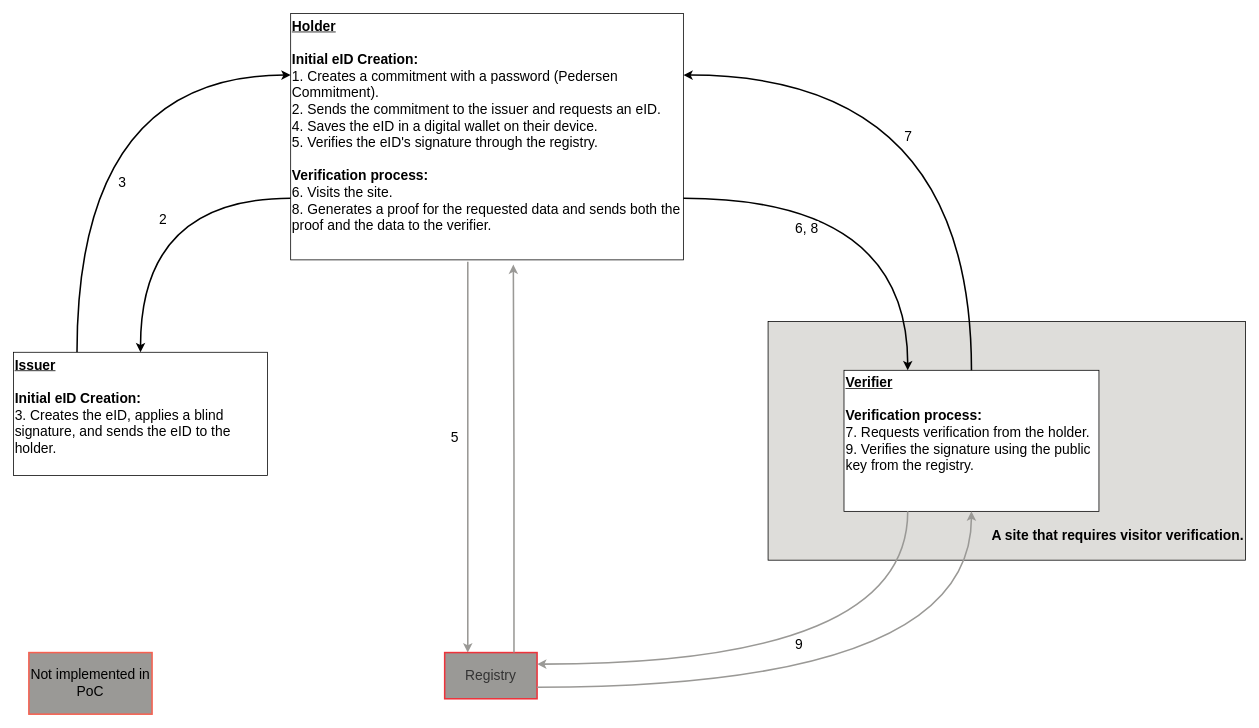
Above: BBS_Diagram.drawio in devobern/eid-rust-poc (draw.io), before the change. Source tidied: cells renumbered, new cells numbered last; positions are measured from the earlier drawing's top-left corner, leaving out a move shared by most shapes. Both pictures are drawn from the tidied source at 77%, with x=0, y=0 at pixel (13, 13).
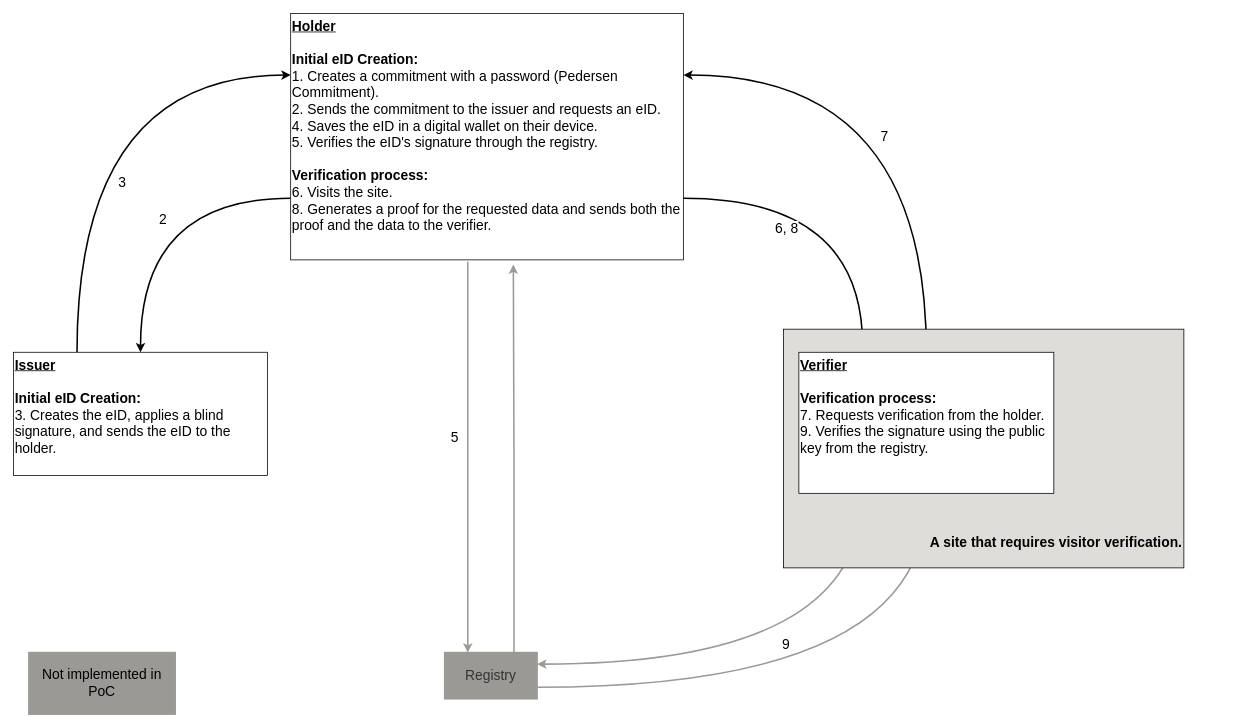
Above is the later version.

What changed in the source:
```diff
@@
 <mxGraphModel>
   <root>
     <mxCell id="0" />
     <mxCell id="1" parent="0" />
     <mxCell id="2" value="2" style="edgeStyle=orthogonalEdgeStyle;rounded=0;jettySize=auto;html=1;exitX=0;exitY=0.75;exitDx=0;exitDy=0;entryX=0.5;entryY=0;entryDx=0;entryDy=0;curved=1;fontSize=18;strokeWidth=2;" parent="1" edge="1" source="4" target="6">
       <mxGeometry x="-0.16" y="28" relative="1" as="geometry" />
     </mxCell>
-    <mxCell id="3" value="5" style="edgeStyle=orthogonalEdgeStyle;rounded=0;jettySize=auto;html=1;exitX=0.451;exitY=1.008;exitDx=0;exitDy=0;entryX=0.25;entryY=0;entryDx=0;entryDy=0;fillColor=#f5f5f5;strokeColor=#9a9996;fontSize=18;strokeWidth=2;exitPerimeter=0;" parent="1" edge="1" source="4" target="7">
+    <mxCell id="3" value="5" style="edgeStyle=orthogonalEdgeStyle;rounded=0;jettySize=auto;html=1;exitX=0.451;exitY=1.008;exitDx=0;exitDy=0;entryX=0.25;entryY=0;entryDx=0;entryDy=0;fillColor=#f8cecc;strokeColor=#9a9996;fontSize=18;strokeWidth=2;exitPerimeter=0;" parent="1" edge="1" source="4" target="7">
       <mxGeometry x="-0.1" y="-17" relative="1" as="geometry" />
     </mxCell>
     <mxCell id="4" value="&lt;div style=&quot;font-size: 18px;&quot;&gt;&lt;b style=&quot;font-size: 18px;&quot;&gt;&lt;font style=&quot;font-size: 18px;&quot;&gt;&lt;u style=&quot;font-size: 18px;&quot;&gt;Holder&lt;/u&gt;&lt;/font&gt;&lt;/b&gt;&lt;/div&gt;&lt;div style=&quot;font-size: 18px;&quot;&gt;&lt;br style=&quot;font-size: 18px;&quot;&gt;&lt;/div&gt;&lt;div style=&quot;font-size: 18px;&quot;&gt;&lt;b style=&quot;font-size: 18px;&quot;&gt;Initial eID Creation:&lt;/b&gt;&lt;br style=&quot;font-size: 18px;&quot;&gt;&lt;/div&gt;&lt;div style=&quot;font-size: 18px;&quot;&gt;1. Creates a commitment with a password (Pedersen Commitment).&lt;/div&gt;&lt;div style=&quot;font-size: 18px;&quot;&gt;2. Sends the commitment to the issuer and requests an eID.&lt;/div&gt;&lt;div style=&quot;font-size: 18px;&quot;&gt;4. Saves the eID in a digital wallet on their device.&lt;/div&gt;&lt;div style=&quot;font-size: 18px;&quot;&gt;5. Verifies the eID's signature through the registry.&lt;/div&gt;&lt;div style=&quot;font-size: 18px;&quot;&gt;&lt;br style=&quot;font-size: 18px;&quot;&gt;&lt;/div&gt;&lt;div style=&quot;font-size: 18px;&quot;&gt;&lt;b style=&quot;font-size: 18px;&quot;&gt;Verification process:&lt;/b&gt;&lt;/div&gt;&lt;div style=&quot;font-size: 18px;&quot;&gt;6. Visits the site.&lt;/div&gt;&lt;div style=&quot;font-size: 18px;&quot;&gt;8. Generates a proof for the requested data and sends both the proof and the data to the verifier.&lt;/div&gt;" style="rounded=0;whiteSpace=wrap;html=1;align=left;verticalAlign=top;fontSize=18;" parent="1" vertex="1">
       <mxGeometry x="360" width="510" height="320" as="geometry" />
     </mxCell>
     <mxCell id="5" value="3" style="edgeStyle=orthogonalEdgeStyle;rounded=0;jettySize=auto;html=1;exitX=0.25;exitY=0;exitDx=0;exitDy=0;entryX=0;entryY=0.25;entryDx=0;entryDy=0;curved=1;fontSize=18;strokeWidth=2;" parent="1" edge="1" source="6" target="4">
       <mxGeometry x="-0.31" y="-57" relative="1" as="geometry">
         <mxPoint x="1" as="offset" />
       </mxGeometry>
     </mxCell>
     <mxCell id="6" value="&lt;div style=&quot;font-size: 18px;&quot;&gt;&lt;b style=&quot;font-size: 18px;&quot;&gt;&lt;u style=&quot;font-size: 18px;&quot;&gt;&lt;font style=&quot;font-size: 18px;&quot;&gt;Issuer&lt;/font&gt;&lt;/u&gt;&lt;/b&gt;&lt;/div&gt;&lt;div style=&quot;font-size: 18px;&quot;&gt;&lt;b style=&quot;font-size: 18px;&quot;&gt;&lt;br style=&quot;font-size: 18px;&quot;&gt;&lt;/b&gt;&lt;/div&gt;&lt;div style=&quot;font-size: 18px;&quot;&gt;&lt;b style=&quot;font-size: 18px;&quot;&gt;Initial eID Creation:&lt;/b&gt;&lt;br style=&quot;font-size: 18px;&quot;&gt;&lt;/div&gt;&lt;div style=&quot;font-size: 18px;&quot;&gt;3. Creates the eID, applies a blind signature, and sends the eID to the holder.&lt;/div&gt;" style="rounded=0;whiteSpace=wrap;html=1;align=left;verticalAlign=top;fontSize=18;" parent="1" vertex="1">
       <mxGeometry y="440" width="330" height="160" as="geometry" />
     </mxCell>
-    <mxCell id="7" value="Registry" style="rounded=0;whiteSpace=wrap;html=1;fillColor=#9a9996;fontColor=#333333;strokeColor=#ed333b;fontSize=18;strokeWidth=2;" parent="1" vertex="1">
+    <mxCell id="7" value="Registry" style="rounded=0;whiteSpace=wrap;html=1;fillColor=#9a9996;fontColor=#333333;strokeColor=#9a9996;fontSize=18;strokeWidth=2;" parent="1" vertex="1">
       <mxGeometry x="560" y="830" width="120" height="60" as="geometry" />
     </mxCell>
     <mxCell id="8" style="edgeStyle=orthogonalEdgeStyle;rounded=0;jettySize=auto;html=1;exitX=0.75;exitY=0;exitDx=0;exitDy=0;entryX=0.567;entryY=1.019;entryDx=0;entryDy=0;entryPerimeter=0;fillColor=#f5f5f5;strokeColor=#9a9996;fontSize=18;strokeWidth=2;" parent="1" edge="1" source="7" target="4">
       <mxGeometry relative="1" as="geometry" />
     </mxCell>
-    <mxCell id="9" value="Not implemented in PoC" style="rounded=0;whiteSpace=wrap;html=1;fillColor=#9a9996;strokeColor=#f66151;fontSize=18;strokeWidth=2;" parent="1" vertex="1">
-      <mxGeometry x="20" y="830" width="160" height="80" as="geometry" />
+    <mxCell id="9" value="Not implemented in PoC" style="rounded=0;whiteSpace=wrap;html=1;fillColor=#9a9996;strokeColor=#9a9996;fontSize=18;strokeWidth=2;" parent="1" vertex="1">
+      <mxGeometry x="20" y="830" width="190" height="80" as="geometry" />
     </mxCell>
-    <mxCell id="10" style="group;fontSize=18;" parent="1" vertex="1">
-      <mxGeometry x="980" y="400" width="620" height="310" as="geometry" />
-    </mxCell>
-    <mxCell id="11" value="&lt;div class=&quot;flex flex-grow flex-col max-w-full&quot;&gt;&lt;div class=&quot;min-h-[20px] text-message flex flex-col items-start gap-3 whitespace-pre-wrap break-words [.text-message+&amp;amp;]:mt-5 overflow-x-auto&quot;&gt;&lt;div class=&quot;markdown prose w-full break-words dark:prose-invert dark&quot;&gt;&lt;p&gt;A site that requires visitor verification.&lt;/p&gt;&lt;/div&gt;&lt;/div&gt;&lt;/div&gt;" style="rounded=0;whiteSpace=wrap;html=1;align=right;verticalAlign=bottom;fontStyle=1;fontSize=18;fillColor=#deddda;" parent="10" vertex="1">
-      <mxGeometry width="620" height="310" as="geometry" />
-    </mxCell>
-    <mxCell id="12" value="&lt;div style=&quot;font-size: 18px;&quot;&gt;&lt;b style=&quot;font-size: 18px;&quot;&gt;&lt;font style=&quot;font-size: 18px;&quot;&gt;&lt;u style=&quot;font-size: 18px;&quot;&gt;Verifier&lt;/u&gt;&lt;/font&gt;&lt;/b&gt;&lt;/div&gt;&lt;div style=&quot;font-size: 18px;&quot;&gt;&lt;br style=&quot;font-size: 18px;&quot;&gt;&lt;/div&gt;&lt;div style=&quot;font-size: 18px;&quot;&gt;&lt;b style=&quot;font-size: 18px;&quot;&gt;Verification process:&lt;/b&gt;&lt;/div&gt;&lt;div style=&quot;font-size: 18px;&quot;&gt;7. Requests verification from the holder.&lt;/div&gt;9. Verifies the signature using the public key from the registry." style="rounded=0;whiteSpace=wrap;html=1;align=left;verticalAlign=top;fontSize=18;" parent="10" vertex="1">
-      <mxGeometry x="98.6" y="63.4" width="331.1" height="183.2" as="geometry" />
-    </mxCell>
     <mxCell id="13" value="7" style="edgeStyle=orthogonalEdgeStyle;rounded=0;jettySize=auto;html=1;exitX=0.5;exitY=0;exitDx=0;exitDy=0;entryX=1;entryY=0.25;entryDx=0;entryDy=0;curved=1;fontSize=18;strokeWidth=2;" parent="1" edge="1" source="12" target="4">
       <mxGeometry x="0.23" y="80" relative="1" as="geometry" />
     </mxCell>
     <mxCell id="14" value="&lt;div style=&quot;font-size: 18px;&quot;&gt;6, 8&lt;/div&gt;" style="edgeStyle=orthogonalEdgeStyle;rounded=0;jettySize=auto;html=1;exitX=1;exitY=0.75;exitDx=0;exitDy=0;entryX=0.25;entryY=0;entryDx=0;entryDy=0;curved=1;fontSize=18;strokeWidth=2;" parent="1" edge="1" source="4" target="12">
       <mxGeometry x="-0.38" y="-40" relative="1" as="geometry" />
     </mxCell>
     <mxCell id="15" value="&lt;div style=&quot;font-size: 18px;&quot;&gt;9&lt;br style=&quot;font-size: 18px;&quot;&gt;&lt;/div&gt;" style="edgeStyle=orthogonalEdgeStyle;rounded=0;jettySize=auto;html=1;exitX=0.25;exitY=1;exitDx=0;exitDy=0;entryX=1;entryY=0.25;entryDx=0;entryDy=0;curved=1;fontSize=18;strokeWidth=2;strokeColor=#9a9996;" parent="1" edge="1" source="12" target="7">
       <mxGeometry y="-25" relative="1" as="geometry" />
     </mxCell>
     <mxCell id="16" style="edgeStyle=orthogonalEdgeStyle;rounded=0;jettySize=auto;html=1;exitX=1;exitY=0.75;exitDx=0;exitDy=0;curved=1;fontSize=18;strokeWidth=2;strokeColor=#9a9996;" parent="1" edge="1" source="7" target="12">
       <mxGeometry relative="1" as="geometry" />
     </mxCell>
+    <mxCell id="17" style="group;" parent="1" vertex="1">
+      <mxGeometry x="1000" y="410" width="520" height="310" as="geometry" />
+    </mxCell>
+    <mxCell id="11" value="&lt;div class=&quot;flex flex-grow flex-col max-w-full&quot;&gt;&lt;div class=&quot;min-h-[20px] text-message flex flex-col items-start gap-3 whitespace-pre-wrap break-words [.text-message+&amp;amp;]:mt-5 overflow-x-auto&quot;&gt;&lt;div class=&quot;markdown prose w-full break-words dark:prose-invert dark&quot;&gt;&lt;p&gt;A site that requires visitor verification.&lt;/p&gt;&lt;/div&gt;&lt;/div&gt;&lt;/div&gt;" style="rounded=0;whiteSpace=wrap;html=1;align=right;verticalAlign=bottom;fontStyle=1;fontSize=18;fillColor=#deddda;" parent="17" vertex="1">
+      <mxGeometry width="520" height="310" as="geometry" />
+    </mxCell>
+    <mxCell id="12" value="&lt;div style=&quot;font-size: 18px;&quot;&gt;&lt;b style=&quot;font-size: 18px;&quot;&gt;&lt;font style=&quot;font-size: 18px;&quot;&gt;&lt;u style=&quot;font-size: 18px;&quot;&gt;Verifier&lt;/u&gt;&lt;/font&gt;&lt;/b&gt;&lt;/div&gt;&lt;div style=&quot;font-size: 18px;&quot;&gt;&lt;br style=&quot;font-size: 18px;&quot;&gt;&lt;/div&gt;&lt;div style=&quot;font-size: 18px;&quot;&gt;&lt;b style=&quot;font-size: 18px;&quot;&gt;Verification process:&lt;/b&gt;&lt;/div&gt;&lt;div style=&quot;font-size: 18px;&quot;&gt;7. Requests verification from the holder.&lt;/div&gt;9. Verifies the signature using the public key from the registry." style="rounded=0;whiteSpace=wrap;html=1;align=left;verticalAlign=top;fontSize=18;" parent="17" vertex="1">
+      <mxGeometry x="20" y="30" width="331.1" height="183.2" as="geometry" />
+    </mxCell>
   </root>
 </mxGraphModel>
```
